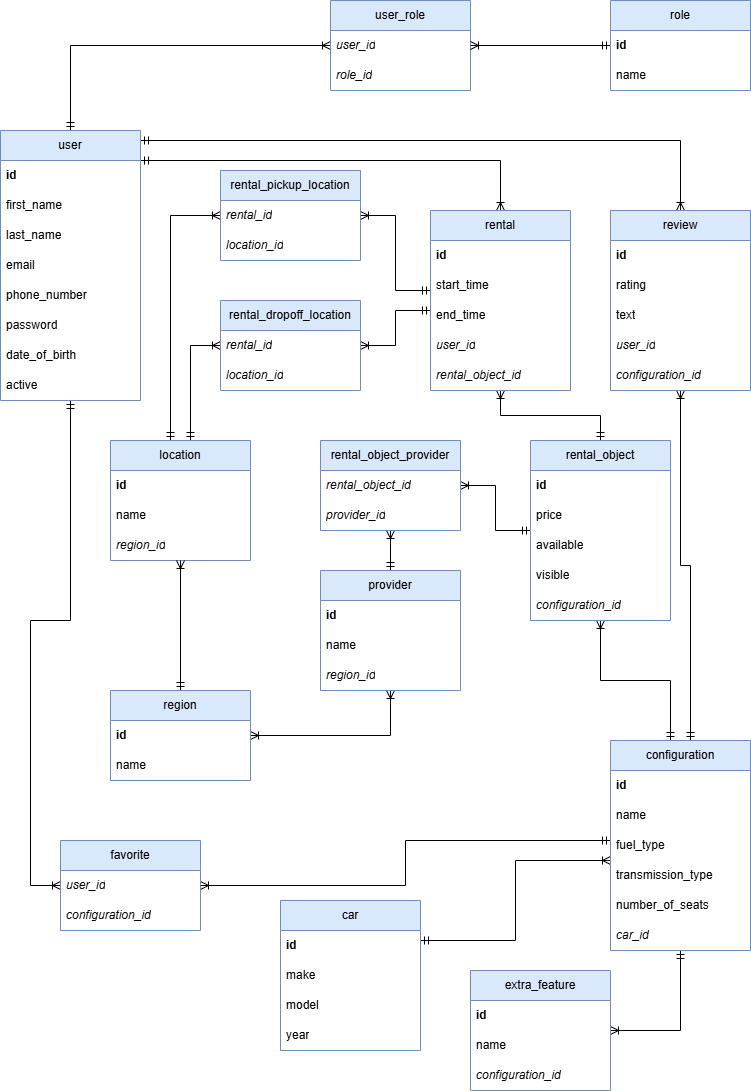
Earlier version of the draw.io export docs/diagrams/er-diagram.png (sinbruh/group14-webapp). Source tidied: cells renumbered, new cells last; positions are measured from the earlier drawing's top-left corner, leaving out a move shared by most shapes.
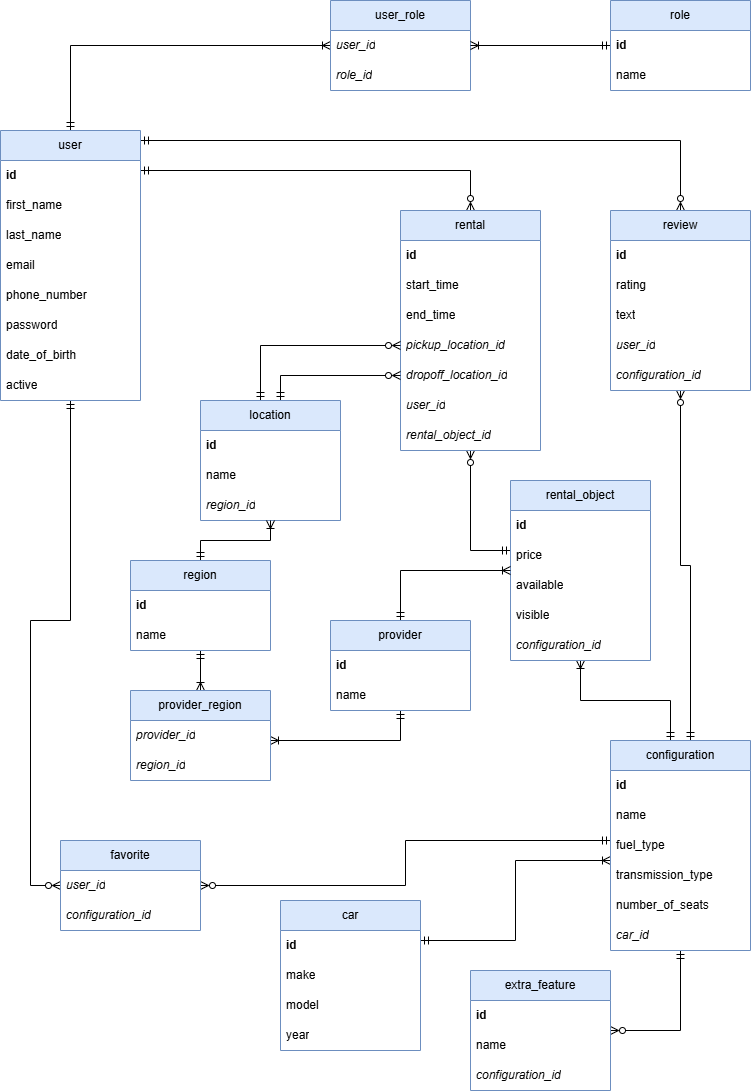
Above is the later version.

What changed in the source:
```diff
@@ -9,29 +9,29 @@
         </Array>
       </mxGeometry>
     </mxCell>
-    <mxCell id="3" style="edgeStyle=orthogonalEdgeStyle;rounded=0;jettySize=auto;html=1;startArrow=ERmandOne;startFill=0;endArrow=ERoneToMany;endFill=0;" parent="1" edge="1" source="6" target="62">
+    <mxCell id="3" style="edgeStyle=orthogonalEdgeStyle;rounded=0;jettySize=auto;html=1;startArrow=ERmandOne;startFill=0;endArrow=ERzeroToMany;endFill=0;" parent="1" edge="1" source="6" target="62">
       <mxGeometry relative="1" as="geometry">
         <Array as="points">
           <mxPoint x="680" y="140" />
         </Array>
       </mxGeometry>
     </mxCell>
+    <mxCell id="5" style="edgeStyle=orthogonalEdgeStyle;rounded=0;jettySize=auto;html=1;startArrow=ERmandOne;startFill=0;endArrow=ERzeroToMany;endFill=0;" parent="1" edge="1" source="6" target="59">
+      <mxGeometry relative="1" as="geometry">
+        <Array as="points">
+          <mxPoint x="70" y="620" />
+          <mxPoint x="30" y="620" />
+          <mxPoint x="30" y="885" />
+        </Array>
+      </mxGeometry>
+    </mxCell>
-    <mxCell id="4" style="edgeStyle=orthogonalEdgeStyle;rounded=0;jettySize=auto;html=1;startArrow=ERmandOne;startFill=0;endArrow=ERoneToMany;endFill=0;" parent="1" edge="1" source="6" target="53">
+    <mxCell id="4" style="edgeStyle=orthogonalEdgeStyle;rounded=0;jettySize=auto;html=1;startArrow=ERmandOne;startFill=0;endArrow=ERzeroToMany;endFill=0;" parent="1" edge="1" source="6" target="53">
       <mxGeometry relative="1" as="geometry">
         <Array as="points">
-          <mxPoint x="500" y="160" />
+          <mxPoint x="470" y="170" />
         </Array>
       </mxGeometry>
     </mxCell>
-    <mxCell id="5" style="edgeStyle=orthogonalEdgeStyle;rounded=0;jettySize=auto;html=1;startArrow=ERmandOne;startFill=0;endArrow=ERoneToMany;endFill=0;" parent="1" edge="1" source="6" target="59">
-      <mxGeometry relative="1" as="geometry">
-        <Array as="points">
-          <mxPoint x="70" y="620" />
-          <mxPoint x="30" y="620" />
-          <mxPoint x="30" y="885" />
-        </Array>
-      </mxGeometry>
-    </mxCell>
     <mxCell id="6" value="user" style="swimlane;fontStyle=0;horizontal=1;startSize=30;whiteSpace=wrap;html=1;fillColor=#dae8fc;strokeColor=#6c8ebf;" parent="1" vertex="1">
       <mxGeometry y="130" width="140" height="270" as="geometry" />
     </mxCell>
@@ -103,14 +103,14 @@
     <mxCell id="27" value="year" style="text;strokeColor=none;fillColor=none;align=left;verticalAlign=middle;spacingLeft=4;spacingRight=4;overflow=hidden;whiteSpace=wrap;html=1;" parent="23" vertex="1">
       <mxGeometry y="120" width="140" height="30" as="geometry" />
     </mxCell>
-    <mxCell id="28" style="edgeStyle=orthogonalEdgeStyle;rounded=0;jettySize=auto;html=1;startArrow=ERmandOne;startFill=0;endArrow=ERoneToMany;endFill=0;" parent="1" edge="1" source="32" target="39">
+    <mxCell id="28" style="edgeStyle=orthogonalEdgeStyle;rounded=0;jettySize=auto;html=1;startArrow=ERmandOne;startFill=0;endArrow=ERzeroToMany;endFill=0;" parent="1" edge="1" source="32" target="39">
       <mxGeometry relative="1" as="geometry">
         <Array as="points">
           <mxPoint x="680" y="1030" />
         </Array>
       </mxGeometry>
     </mxCell>
-    <mxCell id="29" style="edgeStyle=orthogonalEdgeStyle;rounded=0;jettySize=auto;html=1;startArrow=ERmandOne;startFill=0;endArrow=ERoneToMany;endFill=0;" parent="1" edge="1" source="32" target="59">
+    <mxCell id="29" style="edgeStyle=orthogonalEdgeStyle;rounded=0;jettySize=auto;html=1;startArrow=ERmandOne;startFill=0;endArrow=ERzeroToMany;endFill=0;" parent="1" edge="1" source="32" target="59">
       <mxGeometry relative="1" as="geometry">
         <Array as="points">
           <mxPoint x="405" y="840" />
@@ -118,7 +118,7 @@
         </Array>
       </mxGeometry>
     </mxCell>
-    <mxCell id="30" style="edgeStyle=orthogonalEdgeStyle;rounded=0;jettySize=auto;html=1;startArrow=ERmandOne;startFill=0;endArrow=ERoneToMany;endFill=0;" parent="1" edge="1" source="32" target="62">
+    <mxCell id="30" style="edgeStyle=orthogonalEdgeStyle;rounded=0;jettySize=auto;html=1;startArrow=ERmandOne;startFill=0;endArrow=ERzeroToMany;endFill=0;" parent="1" edge="1" source="32" target="62">
       <mxGeometry relative="1" as="geometry">
         <Array as="points">
           <mxPoint x="690" y="565" />
@@ -129,8 +129,8 @@
     <mxCell id="31" style="edgeStyle=orthogonalEdgeStyle;rounded=0;jettySize=auto;html=1;startArrow=ERmandOne;startFill=0;endArrow=ERoneToMany;endFill=0;" parent="1" edge="1" source="32" target="45">
       <mxGeometry relative="1" as="geometry">
         <Array as="points">
-          <mxPoint x="670" y="680" />
-          <mxPoint x="600" y="680" />
+          <mxPoint x="670" y="700" />
+          <mxPoint x="580" y="700" />
         </Array>
       </mxGeometry>
     </mxCell>
@@ -167,14 +167,15 @@
     <mxCell id="42" value="&lt;i&gt;configuration_id&lt;/i&gt;" style="text;strokeColor=none;fillColor=none;align=left;verticalAlign=middle;spacingLeft=4;spacingRight=4;overflow=hidden;whiteSpace=wrap;html=1;" parent="39" vertex="1">
       <mxGeometry y="90" width="140" height="30" as="geometry" />
     </mxCell>
-    <mxCell id="43" style="edgeStyle=orthogonalEdgeStyle;rounded=0;jettySize=auto;html=1;startArrow=ERmandOne;startFill=0;endArrow=ERoneToMany;endFill=0;" parent="1" edge="1" source="45" target="53">
-      <mxGeometry relative="1" as="geometry" />
+    <mxCell id="43" style="edgeStyle=orthogonalEdgeStyle;rounded=0;jettySize=auto;html=1;startArrow=ERmandOne;startFill=0;endArrow=ERzeroToMany;endFill=0;" parent="1" edge="1" source="45" target="53">
+      <mxGeometry relative="1" as="geometry">
+        <Array as="points">
+          <mxPoint x="470" y="550" />
+        </Array>
+      </mxGeometry>
     </mxCell>
-    <mxCell id="44" style="edgeStyle=orthogonalEdgeStyle;rounded=0;jettySize=auto;html=1;startArrow=ERmandOne;startFill=0;endArrow=ERoneToMany;endFill=0;" parent="1" edge="1" source="45" target="84">
-      <mxGeometry relative="1" as="geometry" />
-    </mxCell>
     <mxCell id="45" value="rental_object" style="swimlane;fontStyle=0;horizontal=1;startSize=30;whiteSpace=wrap;html=1;fillColor=#dae8fc;strokeColor=#6c8ebf;" parent="1" vertex="1">
-      <mxGeometry x="530" y="440" width="140" height="180" as="geometry" />
+      <mxGeometry x="510" y="480" width="140" height="180" as="geometry" />
     </mxCell>
     <mxCell id="46" value="&lt;b&gt;id&lt;/b&gt;" style="text;strokeColor=none;fillColor=none;align=left;verticalAlign=middle;spacingLeft=4;spacingRight=4;overflow=hidden;whiteSpace=wrap;html=1;" parent="45" vertex="1">
       <mxGeometry y="30" width="140" height="30" as="geometry" />
@@ -191,24 +192,8 @@
     <mxCell id="50" value="&lt;i&gt;configuration_id&lt;/i&gt;" style="text;strokeColor=none;fillColor=none;align=left;verticalAlign=middle;spacingLeft=4;spacingRight=4;overflow=hidden;whiteSpace=wrap;html=1;" parent="45" vertex="1">
       <mxGeometry y="150" width="140" height="30" as="geometry" />
     </mxCell>
-    <mxCell id="51" style="edgeStyle=orthogonalEdgeStyle;rounded=0;jettySize=auto;html=1;endArrow=ERoneToMany;endFill=0;startArrow=ERmandOne;startFill=0;" parent="1" edge="1" source="53" target="87">
-      <mxGeometry relative="1" as="geometry">
-        <Array as="points">
-          <mxPoint x="395" y="290" />
-          <mxPoint x="395" y="215" />
-        </Array>
-      </mxGeometry>
-    </mxCell>
-    <mxCell id="52" style="edgeStyle=orthogonalEdgeStyle;rounded=0;jettySize=auto;html=1;endArrow=ERoneToMany;endFill=0;startArrow=ERmandOne;startFill=0;" parent="1" edge="1" source="53" target="90">
-      <mxGeometry relative="1" as="geometry">
-        <Array as="points">
-          <mxPoint x="395" y="310" />
-          <mxPoint x="395" y="345" />
-        </Array>
-      </mxGeometry>
-    </mxCell>
     <mxCell id="53" value="rental" style="swimlane;fontStyle=0;horizontal=1;startSize=30;whiteSpace=wrap;html=1;fillColor=#dae8fc;strokeColor=#6c8ebf;" parent="1" vertex="1">
-      <mxGeometry x="430" y="210" width="140" height="180" as="geometry" />
+      <mxGeometry x="400" y="210" width="140" height="240" as="geometry" />
     </mxCell>
     <mxCell id="54" value="&lt;b&gt;id&lt;/b&gt;" style="text;strokeColor=none;fillColor=none;align=left;verticalAlign=middle;spacingLeft=4;spacingRight=4;overflow=hidden;whiteSpace=wrap;html=1;" parent="53" vertex="1">
       <mxGeometry y="30" width="140" height="30" as="geometry" />
@@ -219,11 +204,17 @@
     <mxCell id="56" value="end_time" style="text;strokeColor=none;fillColor=none;align=left;verticalAlign=middle;spacingLeft=4;spacingRight=4;overflow=hidden;whiteSpace=wrap;html=1;" parent="53" vertex="1">
       <mxGeometry y="90" width="140" height="30" as="geometry" />
     </mxCell>
+    <mxCell id="93" value="&lt;i&gt;pickup_location_id&lt;/i&gt;" style="text;strokeColor=none;fillColor=none;align=left;verticalAlign=middle;spacingLeft=4;spacingRight=4;overflow=hidden;points=[[0,0.5],[1,0.5]];portConstraint=eastwest;whiteSpace=wrap;html=1;" parent="53" vertex="1">
+      <mxGeometry y="120" width="140" height="30" as="geometry" />
+    </mxCell>
+    <mxCell id="94" value="&lt;i&gt;dropoff_location_id&lt;/i&gt;" style="text;strokeColor=none;fillColor=none;align=left;verticalAlign=middle;spacingLeft=4;spacingRight=4;overflow=hidden;points=[[0,0.5],[1,0.5]];portConstraint=eastwest;whiteSpace=wrap;html=1;" parent="53" vertex="1">
+      <mxGeometry y="150" width="140" height="30" as="geometry" />
+    </mxCell>
     <mxCell id="57" value="&lt;i&gt;user_id&lt;/i&gt;" style="text;strokeColor=none;fillColor=none;align=left;verticalAlign=middle;spacingLeft=4;spacingRight=4;overflow=hidden;whiteSpace=wrap;html=1;" parent="53" vertex="1">
-      <mxGeometry y="120" width="140" height="30" as="geometry" />
+      <mxGeometry y="180" width="140" height="30" as="geometry" />
     </mxCell>
     <mxCell id="58" value="&lt;i&gt;rental_object_id&lt;/i&gt;" style="text;strokeColor=none;fillColor=none;align=left;verticalAlign=middle;spacingLeft=4;spacingRight=4;overflow=hidden;whiteSpace=wrap;html=1;" parent="53" vertex="1">
-      <mxGeometry y="150" width="140" height="30" as="geometry" />
+      <mxGeometry y="210" width="140" height="30" as="geometry" />
     </mxCell>
     <mxCell id="59" value="favorite" style="swimlane;fontStyle=0;horizontal=1;startSize=30;whiteSpace=wrap;html=1;fillColor=#dae8fc;strokeColor=#6c8ebf;" parent="1" vertex="1">
       <mxGeometry x="60" y="840" width="140" height="90" as="geometry" />
@@ -252,22 +243,22 @@
     <mxCell id="67" value="&lt;i&gt;configuration_id&lt;/i&gt;" style="text;strokeColor=none;fillColor=none;align=left;verticalAlign=middle;spacingLeft=4;spacingRight=4;overflow=hidden;whiteSpace=wrap;html=1;" parent="62" vertex="1">
       <mxGeometry y="150" width="140" height="30" as="geometry" />
     </mxCell>
-    <mxCell id="68" style="edgeStyle=orthogonalEdgeStyle;rounded=0;jettySize=auto;html=1;startArrow=ERmandOne;startFill=0;endArrow=ERoneToMany;endFill=0;" parent="1" edge="1" source="70" target="87">
-      <mxGeometry relative="1" as="geometry">
-        <Array as="points">
-          <mxPoint x="170" y="215" />
-        </Array>
-      </mxGeometry>
-    </mxCell>
-    <mxCell id="69" style="edgeStyle=orthogonalEdgeStyle;rounded=0;jettySize=auto;html=1;startArrow=ERmandOne;startFill=0;endArrow=ERoneToMany;endFill=0;" parent="1" edge="1" source="70" target="90">
-      <mxGeometry relative="1" as="geometry">
-        <Array as="points">
-          <mxPoint x="190" y="345" />
-        </Array>
-      </mxGeometry>
-    </mxCell>
+    <mxCell id="95" style="edgeStyle=orthogonalEdgeStyle;rounded=0;jettySize=auto;html=1;entryX=0;entryY=0.5;entryDx=0;entryDy=0;startArrow=ERmandOne;startFill=0;endArrow=ERzeroToMany;endFill=0;" parent="1" edge="1" source="70" target="93">
+      <mxGeometry relative="1" as="geometry">
+        <Array as="points">
+          <mxPoint x="260" y="345" />
+        </Array>
+      </mxGeometry>
+    </mxCell>
+    <mxCell id="96" style="edgeStyle=orthogonalEdgeStyle;rounded=0;jettySize=auto;html=1;entryX=0;entryY=0.5;entryDx=0;entryDy=0;startArrow=ERmandOne;startFill=0;endArrow=ERzeroToMany;endFill=0;" parent="1" edge="1" source="70" target="94">
+      <mxGeometry relative="1" as="geometry">
+        <Array as="points">
+          <mxPoint x="280" y="375" />
+        </Array>
+      </mxGeometry>
+    </mxCell>
     <mxCell id="70" value="location" style="swimlane;fontStyle=0;horizontal=1;startSize=30;whiteSpace=wrap;html=1;fillColor=#dae8fc;strokeColor=#6c8ebf;" parent="1" vertex="1">
-      <mxGeometry x="110" y="440" width="140" height="120" as="geometry" />
+      <mxGeometry x="200" y="400" width="140" height="120" as="geometry" />
     </mxCell>
     <mxCell id="71" value="&lt;b&gt;id&lt;/b&gt;" style="text;strokeColor=none;fillColor=none;align=left;verticalAlign=middle;spacingLeft=4;spacingRight=4;overflow=hidden;whiteSpace=wrap;html=1;" parent="70" vertex="1">
       <mxGeometry y="30" width="140" height="30" as="geometry" />
@@ -278,18 +269,14 @@
     <mxCell id="73" value="&lt;i&gt;region_id&lt;/i&gt;" style="text;strokeColor=none;fillColor=none;align=left;verticalAlign=middle;spacingLeft=4;spacingRight=4;overflow=hidden;whiteSpace=wrap;html=1;" parent="70" vertex="1">
       <mxGeometry y="90" width="140" height="30" as="geometry" />
     </mxCell>
-    <mxCell id="74" style="edgeStyle=orthogonalEdgeStyle;rounded=0;jettySize=auto;html=1;startArrow=ERoneToMany;startFill=0;endArrow=ERoneToMany;endFill=0;" parent="1" edge="1" source="76" target="80">
-      <mxGeometry relative="1" as="geometry">
-        <Array as="points">
-          <mxPoint x="390" y="735" />
-        </Array>
-      </mxGeometry>
-    </mxCell>
+    <mxCell id="97" style="edgeStyle=orthogonalEdgeStyle;rounded=0;jettySize=auto;html=1;startArrow=ERmandOne;startFill=0;endArrow=ERoneToMany;endFill=0;" parent="1" edge="1" source="76" target="100">
+      <mxGeometry relative="1" as="geometry" />
+    </mxCell>
     <mxCell id="75" style="edgeStyle=orthogonalEdgeStyle;rounded=0;jettySize=auto;html=1;startArrow=ERmandOne;startFill=0;endArrow=ERoneToMany;endFill=0;" parent="1" edge="1" source="76" target="70">
       <mxGeometry relative="1" as="geometry" />
     </mxCell>
     <mxCell id="76" value="region" style="swimlane;fontStyle=0;horizontal=1;startSize=30;whiteSpace=wrap;html=1;fillColor=#dae8fc;strokeColor=#6c8ebf;" parent="1" vertex="1">
-      <mxGeometry x="110" y="690" width="140" height="90" as="geometry" />
+      <mxGeometry x="130" y="560" width="140" height="90" as="geometry" />
     </mxCell>
     <mxCell id="77" value="&lt;b&gt;id&lt;/b&gt;" style="text;strokeColor=none;fillColor=none;align=left;verticalAlign=middle;spacingLeft=4;spacingRight=4;overflow=hidden;whiteSpace=wrap;html=1;" parent="76" vertex="1">
       <mxGeometry y="30" width="140" height="30" as="geometry" />
@@ -297,11 +284,22 @@
     <mxCell id="78" value="name" style="text;strokeColor=none;fillColor=none;align=left;verticalAlign=middle;spacingLeft=4;spacingRight=4;overflow=hidden;whiteSpace=wrap;html=1;" parent="76" vertex="1">
       <mxGeometry y="60" width="140" height="30" as="geometry" />
     </mxCell>
-    <mxCell id="79" style="edgeStyle=orthogonalEdgeStyle;rounded=0;jettySize=auto;html=1;startArrow=ERmandOne;startFill=0;endArrow=ERoneToMany;endFill=0;" parent="1" edge="1" source="80" target="84">
-      <mxGeometry relative="1" as="geometry" />
-    </mxCell>
+    <mxCell id="98" style="edgeStyle=orthogonalEdgeStyle;rounded=0;jettySize=auto;html=1;startArrow=ERmandOne;startFill=0;endArrow=ERoneToMany;endFill=0;" parent="1" edge="1" source="80" target="45">
+      <mxGeometry relative="1" as="geometry">
+        <Array as="points">
+          <mxPoint x="400" y="570" />
+        </Array>
+      </mxGeometry>
+    </mxCell>
+    <mxCell id="99" style="edgeStyle=orthogonalEdgeStyle;rounded=0;jettySize=auto;html=1;startArrow=ERmandOne;startFill=0;endArrow=ERoneToMany;endFill=0;" parent="1" edge="1" source="80" target="100">
+      <mxGeometry relative="1" as="geometry">
+        <Array as="points">
+          <mxPoint x="400" y="740" />
+        </Array>
+      </mxGeometry>
+    </mxCell>
     <mxCell id="80" value="provider" style="swimlane;fontStyle=0;horizontal=1;startSize=30;whiteSpace=wrap;html=1;fillColor=#dae8fc;strokeColor=#6c8ebf;" parent="1" vertex="1">
-      <mxGeometry x="320" y="570" width="140" height="120" as="geometry" />
+      <mxGeometry x="330" y="620" width="140" height="90" as="geometry" />
     </mxCell>
     <mxCell id="81" value="&lt;b&gt;id&lt;/b&gt;" style="text;strokeColor=none;fillColor=none;align=left;verticalAlign=middle;spacingLeft=4;spacingRight=4;overflow=hidden;whiteSpace=wrap;html=1;" parent="80" vertex="1">
       <mxGeometry y="30" width="140" height="30" as="geometry" />
@@ -309,35 +307,14 @@
     <mxCell id="82" value="name" style="text;strokeColor=none;fillColor=none;align=left;verticalAlign=middle;spacingLeft=4;spacingRight=4;overflow=hidden;whiteSpace=wrap;html=1;" parent="80" vertex="1">
       <mxGeometry y="60" width="140" height="30" as="geometry" />
     </mxCell>
+    <mxCell id="100" value="provider_region" style="swimlane;fontStyle=0;horizontal=1;startSize=30;whiteSpace=wrap;html=1;fillColor=#dae8fc;strokeColor=#6c8ebf;" parent="1" vertex="1">
+      <mxGeometry x="130" y="690" width="140" height="90" as="geometry" />
+    </mxCell>
+    <mxCell id="86" value="&lt;i&gt;provider_id&lt;/i&gt;" style="text;strokeColor=none;fillColor=none;align=left;verticalAlign=middle;spacingLeft=4;spacingRight=4;overflow=hidden;whiteSpace=wrap;html=1;" parent="100" vertex="1">
+      <mxGeometry y="30" width="140" height="30" as="geometry" />
+    </mxCell>
-    <mxCell id="83" value="&lt;i&gt;region_id&lt;/i&gt;" style="text;strokeColor=none;fillColor=none;align=left;verticalAlign=middle;spacingLeft=4;spacingRight=4;overflow=hidden;whiteSpace=wrap;html=1;" parent="80" vertex="1">
-      <mxGeometry y="90" width="140" height="30" as="geometry" />
+    <mxCell id="83" value="&lt;i&gt;region_id&lt;/i&gt;" style="text;strokeColor=none;fillColor=none;align=left;verticalAlign=middle;spacingLeft=4;spacingRight=4;overflow=hidden;whiteSpace=wrap;html=1;" parent="100" vertex="1">
+      <mxGeometry y="60" width="140" height="30" as="geometry" />
     </mxCell>
-    <mxCell id="84" value="rental_object_provider" style="swimlane;fontStyle=0;horizontal=1;startSize=30;whiteSpace=wrap;html=1;fillColor=#dae8fc;strokeColor=#6c8ebf;" parent="1" vertex="1">
-      <mxGeometry x="320" y="440" width="140" height="90" as="geometry" />
-    </mxCell>
-    <mxCell id="85" value="&lt;i&gt;rental_object_id&lt;/i&gt;" style="text;strokeColor=none;fillColor=none;align=left;verticalAlign=middle;spacingLeft=4;spacingRight=4;overflow=hidden;whiteSpace=wrap;html=1;" parent="84" vertex="1">
-      <mxGeometry y="30" width="140" height="30" as="geometry" />
-    </mxCell>
-    <mxCell id="86" value="&lt;i&gt;provider_id&lt;/i&gt;" style="text;strokeColor=none;fillColor=none;align=left;verticalAlign=middle;spacingLeft=4;spacingRight=4;overflow=hidden;whiteSpace=wrap;html=1;" parent="84" vertex="1">
-      <mxGeometry y="60" width="140" height="30" as="geometry" />
-    </mxCell>
-    <mxCell id="87" value="rental_pickup_location" style="swimlane;fontStyle=0;horizontal=1;startSize=30;whiteSpace=wrap;html=1;fillColor=#dae8fc;strokeColor=#6c8ebf;" parent="1" vertex="1">
-      <mxGeometry x="220" y="170" width="140" height="90" as="geometry" />
-    </mxCell>
-    <mxCell id="88" value="&lt;i&gt;rental_id&lt;/i&gt;" style="text;strokeColor=none;fillColor=none;align=left;verticalAlign=middle;spacingLeft=4;spacingRight=4;overflow=hidden;whiteSpace=wrap;html=1;" parent="87" vertex="1">
-      <mxGeometry y="30" width="140" height="30" as="geometry" />
-    </mxCell>
-    <mxCell id="89" value="&lt;i&gt;location_id&lt;/i&gt;" style="text;strokeColor=none;fillColor=none;align=left;verticalAlign=middle;spacingLeft=4;spacingRight=4;overflow=hidden;whiteSpace=wrap;html=1;" parent="87" vertex="1">
-      <mxGeometry y="60" width="140" height="30" as="geometry" />
-    </mxCell>
-    <mxCell id="90" value="rental_dropoff_location" style="swimlane;fontStyle=0;horizontal=1;startSize=30;whiteSpace=wrap;html=1;fillColor=#dae8fc;strokeColor=#6c8ebf;" parent="1" vertex="1">
-      <mxGeometry x="220" y="300" width="140" height="90" as="geometry" />
-    </mxCell>
-    <mxCell id="91" value="&lt;i&gt;rental_id&lt;/i&gt;" style="text;strokeColor=none;fillColor=none;align=left;verticalAlign=middle;spacingLeft=4;spacingRight=4;overflow=hidden;whiteSpace=wrap;html=1;" parent="90" vertex="1">
-      <mxGeometry y="30" width="140" height="30" as="geometry" />
-    </mxCell>
-    <mxCell id="92" value="&lt;i&gt;location_id&lt;/i&gt;" style="text;strokeColor=none;fillColor=none;align=left;verticalAlign=middle;spacingLeft=4;spacingRight=4;overflow=hidden;whiteSpace=wrap;html=1;" parent="90" vertex="1">
-      <mxGeometry y="60" width="140" height="30" as="geometry" />
-    </mxCell>
   </root>
 </mxGraphModel>
```
